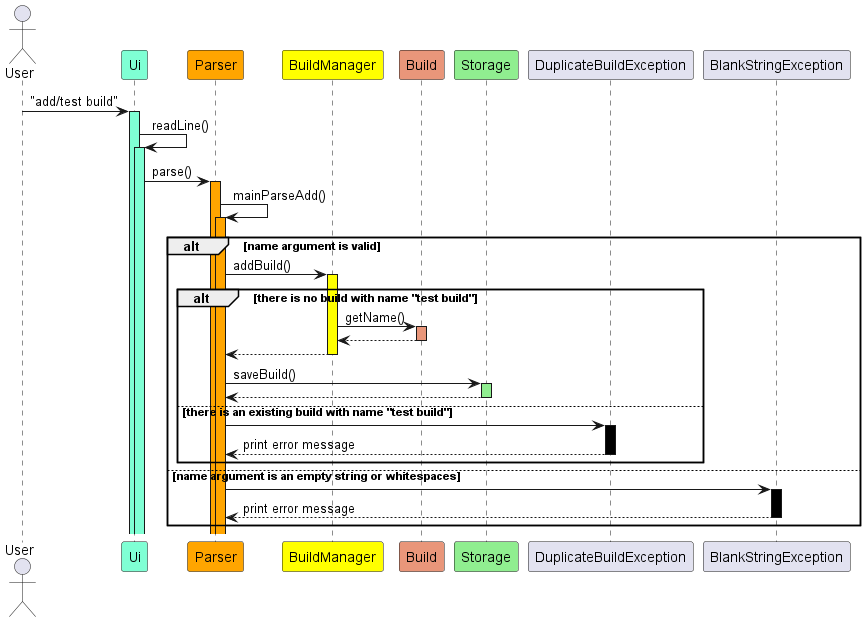
This is docs/images/BuildManagerAddBuildSequence.png from nus-cs2113-AY2223S1/tp, a PlantUML export, as it was before one commit. The source it was exported from:
```plantuml
@startuml

actor User
Participant "Ui" as Ui #AquaMarine
Participant "Parser" as Parser #Orange
Participant "BuildManager" as BuildManager #Yellow
Participant "Build" as Build #DarkSalmon
Participant "Storage" as Storage #LightGreen

User -> Ui ++ #AquaMarine : "add/test build"

Ui -> Ui ++ #AquaMarine : readLine()

Ui -> Parser ++ #Orange : parse()

Parser -> Parser ++ #Orange : mainParseAdd()

alt name argument is valid

    Parser -> BuildManager ++ #Yellow : addBuild()

    alt there is no build with name "test build"

        BuildManager -> Build ++ #DarkSalmon : getName()
        return

        return

        Parser -> Storage ++ #LightGreen : saveBuild()
        return

    else there is an existing build with name "test build"

        Parser -> DuplicateBuildException ++ #Black
        return print error message
    end

else name argument is an empty string or whitespaces

    Parser -> BlankStringException ++ #Black
    return print error message
end

@enduml
```
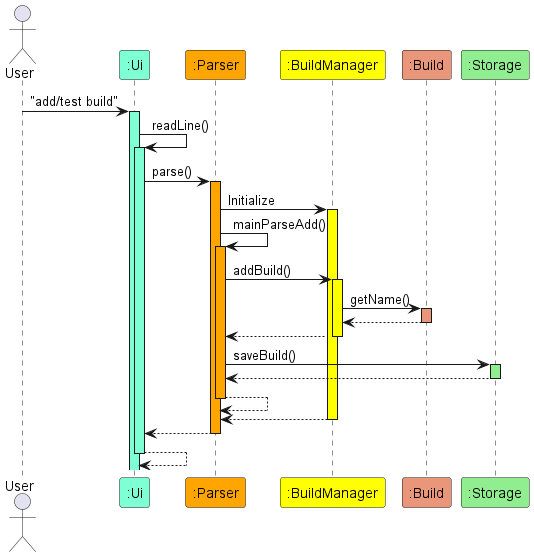
Above is the later version.

The edit, as a diff of the source:
```diff
@@ -1,11 +1,11 @@
 @startuml
 
 actor User
-Participant "Ui" as Ui #AquaMarine
-Participant "Parser" as Parser #Orange
-Participant "BuildManager" as BuildManager #Yellow
-Participant "Build" as Build #DarkSalmon
-Participant "Storage" as Storage #LightGreen
+Participant ":Ui" as Ui #AquaMarine
+Participant ":Parser" as Parser #Orange
+Participant ":BuildManager" as BuildManager #Yellow
+Participant ":Build" as Build #DarkSalmon
+Participant ":Storage" as Storage #LightGreen
 
 User -> Ui ++ #AquaMarine : "add/test build"
 
@@ -13,32 +13,26 @@
 
 Ui -> Parser ++ #Orange : parse()
 
+Parser -> BuildManager ++ #Yellow : Initialize
+
 Parser -> Parser ++ #Orange : mainParseAdd()
 
-alt name argument is valid
+Parser -> BuildManager ++ #Yellow : addBuild()
 
-    Parser -> BuildManager ++ #Yellow : addBuild()
+BuildManager -> Build ++ #DarkSalmon : getName()
+return
 
-    alt there is no build with name "test build"
+return
 
-        BuildManager -> Build ++ #DarkSalmon : getName()
-        return
+Parser -> Storage ++ #LightGreen : saveBuild()
+return
 
-        return
+return
 
-        Parser -> Storage ++ #LightGreen : saveBuild()
-        return
+return
 
-    else there is an existing build with name "test build"
+return
 
-        Parser -> DuplicateBuildException ++ #Black
-        return print error message
-    end
-
-else name argument is an empty string or whitespaces
-
-    Parser -> BlankStringException ++ #Black
-    return print error message
-end
+return
 
 @enduml
```
